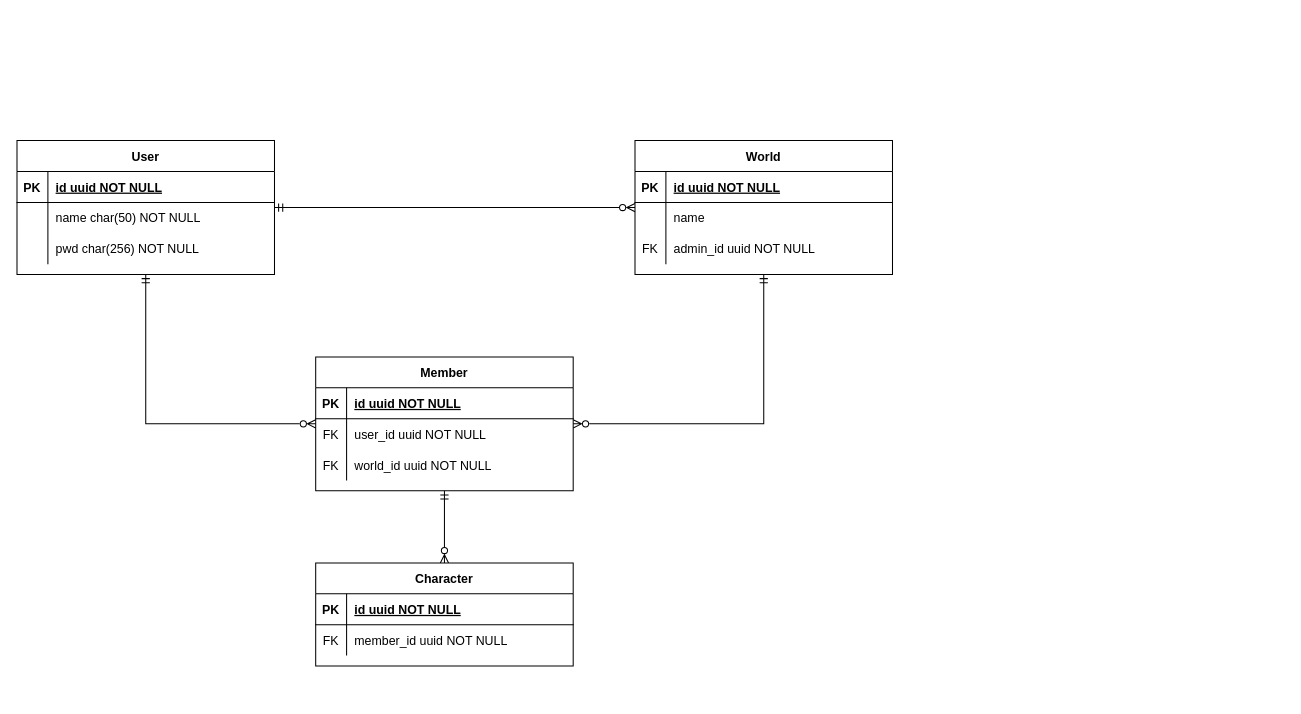
Above: Untitled Diagram.drawio in C4RN1V0R/dnd-navigator (draw.io), before the change. Source tidied: cells renumbered, new cells numbered last; positions are measured from the earlier drawing's top-left corner, leaving out a move shared by most shapes. Both pictures are drawn from the tidied source at 103%, with x=0, y=0 at pixel (16, 140).
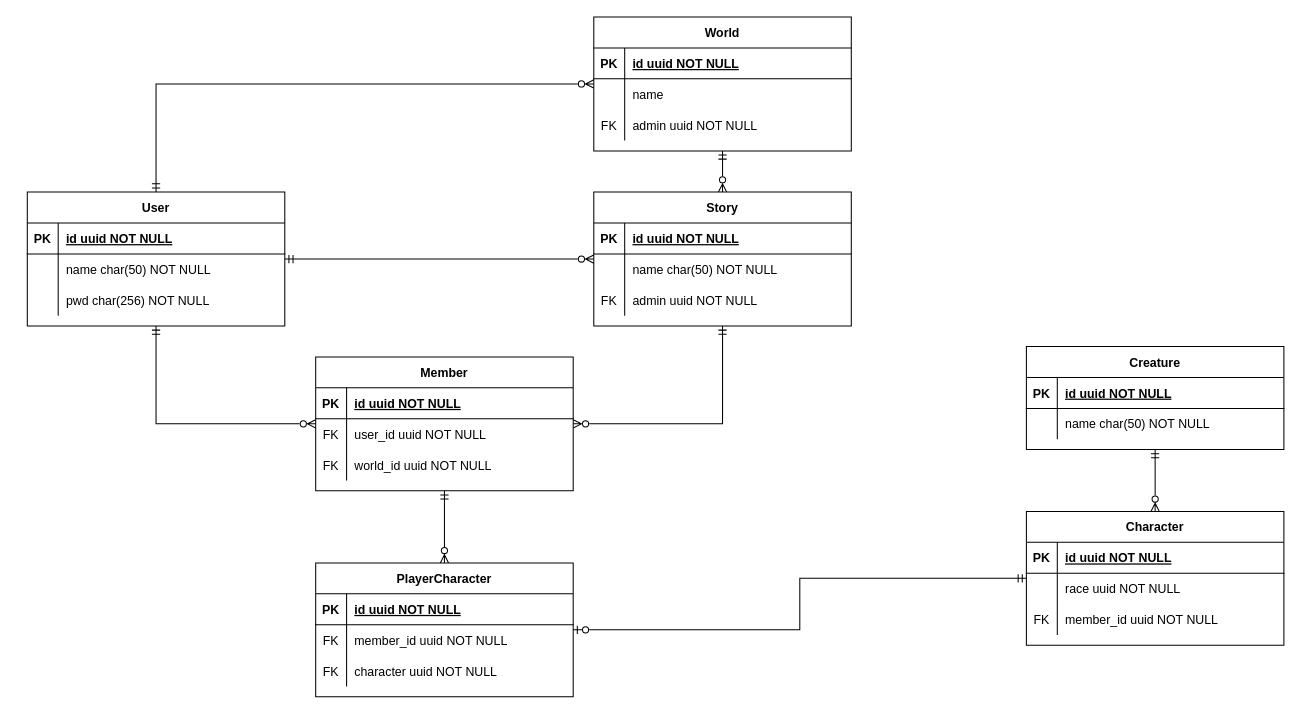
Above is the later version.

Unchanged cells that the change refers to:
```xml
<mxCell id="27" style="shape=tableRow;horizontal=0;startSize=0;swimlaneHead=0;swimlaneBody=0;fillColor=none;top=0;left=0;right=0;bottom=0;" parent="20" vertex="1">
  <mxGeometry y="90" width="250" height="30" as="geometry" />
</mxCell>
<mxCell id="32" value="Member" style="shape=table;startSize=30;childLayout=tableLayout;rowLines=0;fontStyle=1;align=center;" parent="1" vertex="1">
  <mxGeometry x="290" y="210" width="250" height="130" as="geometry" />
</mxCell>
```

Diff of the diagram source:
```diff
@@
     <mxCell id="2" value="User" style="shape=table;startSize=30;childLayout=tableLayout;rowLines=0;fontStyle=1;align=center;" parent="1" vertex="1">
-      <mxGeometry width="250" height="130" as="geometry" />
+      <mxGeometry x="10" y="50" width="250" height="130" as="geometry" />
     </mxCell>
@@
+    <mxCell id="43" style="edgeStyle=orthogonalEdgeStyle;rounded=0;jettySize=auto;html=1;startArrow=ERzeroToOne;startFill=0;endArrow=ERmandOne;endFill=0;" parent="1" edge="1" source="13" target="67">
+      <mxGeometry relative="1" as="geometry" />
+    </mxCell>
-    <mxCell id="13" value="Character" style="shape=table;startSize=30;childLayout=tableLayout;rowLines=0;fontStyle=1;align=center;" parent="1" vertex="1">
-      <mxGeometry x="290" y="410" width="250" height="100" as="geometry" />
+    <mxCell id="13" value="PlayerCharacter" style="shape=table;startSize=30;childLayout=tableLayout;rowLines=0;fontStyle=1;align=center;" parent="1" vertex="1">
+      <mxGeometry x="290" y="410" width="250" height="130" as="geometry" />
     </mxCell>
@@
+    <mxCell id="44" style="shape=tableRow;horizontal=0;startSize=0;swimlaneHead=0;swimlaneBody=0;fillColor=none;top=0;left=0;right=0;bottom=0;" parent="13" vertex="1">
+      <mxGeometry y="90" width="250" height="30" as="geometry" />
+    </mxCell>
+    <mxCell id="45" value="FK" style="shape=partialRectangle;fillColor=none;top=0;left=0;bottom=0;right=0;fontStyle=0;overflow=hidden;" parent="44" vertex="1">
+      <mxGeometry width="30" height="30" as="geometry" />
+    </mxCell>
+    <mxCell id="46" value="character uuid NOT NULL" style="shape=partialRectangle;fillColor=none;top=0;left=0;bottom=0;right=0;align=left;spacingLeft=6;fontStyle=0;overflow=hidden;" parent="44" vertex="1">
+      <mxGeometry x="30" width="220" height="30" as="geometry" />
+    </mxCell>
     <mxCell id="20" value="World" style="shape=table;startSize=30;childLayout=tableLayout;rowLines=0;fontStyle=1;align=center;" parent="1" vertex="1">
-      <mxGeometry x="600" width="250" height="130" as="geometry" />
+      <mxGeometry x="560" y="-120" width="250" height="130" as="geometry" />
     </mxCell>
@@
-    <mxCell id="29" value="admin_id uuid NOT NULL" style="shape=partialRectangle;fillColor=none;top=0;left=0;bottom=0;right=0;align=left;spacingLeft=6;fontStyle=0;overflow=hidden;" parent="27" vertex="1">
+    <mxCell id="29" value="admin uuid NOT NULL" style="shape=partialRectangle;fillColor=none;top=0;left=0;bottom=0;right=0;align=left;spacingLeft=6;fontStyle=0;overflow=hidden;" parent="27" vertex="1">
       <mxGeometry x="30" width="220" height="30" as="geometry" />
     </mxCell>
-    <mxCell id="30" style="edgeStyle=orthogonalEdgeStyle;rounded=0;jettySize=auto;html=1;startArrow=ERzeroToMany;startFill=0;endArrow=ERmandOne;endFill=0;" parent="1" edge="1" source="32" target="20">
+    <mxCell id="30" style="edgeStyle=orthogonalEdgeStyle;rounded=0;jettySize=auto;html=1;startArrow=ERzeroToMany;startFill=0;endArrow=ERmandOne;endFill=0;" parent="1" edge="1" source="32" target="49">
       <mxGeometry relative="1" as="geometry" />
     </mxCell>
@@
+    <mxCell id="47" style="edgeStyle=orthogonalEdgeStyle;rounded=0;jettySize=auto;html=1;startArrow=ERzeroToMany;startFill=0;endArrow=ERmandOne;endFill=0;" parent="1" edge="1" source="49" target="20">
+      <mxGeometry relative="1" as="geometry" />
+    </mxCell>
+    <mxCell id="48" style="edgeStyle=orthogonalEdgeStyle;rounded=0;jettySize=auto;html=1;startArrow=ERzeroToMany;startFill=0;endArrow=ERmandOne;endFill=0;" parent="1" edge="1" source="49" target="2">
+      <mxGeometry relative="1" as="geometry" />
+    </mxCell>
+    <mxCell id="49" value="Story" style="shape=table;startSize=30;childLayout=tableLayout;rowLines=0;fontStyle=1;align=center;" parent="1" vertex="1">
+      <mxGeometry x="560" y="50" width="250" height="130" as="geometry" />
+    </mxCell>
+    <mxCell id="50" style="shape=partialRectangle;fillColor=none;top=0;left=0;right=0;bottom=1;" parent="49" vertex="1">
+      <mxGeometry y="30" width="250" height="30" as="geometry" />
+    </mxCell>
+    <mxCell id="51" value="PK" style="shape=partialRectangle;overflow=hidden;fillColor=none;top=0;left=0;bottom=0;right=0;fontStyle=1;" parent="50" vertex="1">
+      <mxGeometry width="30" height="30" as="geometry" />
+    </mxCell>
+    <mxCell id="52" value="id uuid NOT NULL " style="shape=partialRectangle;overflow=hidden;fillColor=none;top=0;left=0;bottom=0;right=0;align=left;spacingLeft=6;fontStyle=5;" parent="50" vertex="1">
+      <mxGeometry x="30" width="220" height="30" as="geometry" />
+    </mxCell>
+    <mxCell id="53" style="shape=partialRectangle;fillColor=none;top=0;left=0;right=0;bottom=0;" parent="49" vertex="1">
+      <mxGeometry y="60" width="250" height="30" as="geometry" />
+    </mxCell>
+    <mxCell id="54" style="shape=partialRectangle;overflow=hidden;fillColor=none;top=0;left=0;bottom=0;right=0;" parent="53" vertex="1">
+      <mxGeometry width="30" height="30" as="geometry" />
+    </mxCell>
+    <mxCell id="55" value="name char(50) NOT NULL" style="shape=partialRectangle;overflow=hidden;fillColor=none;top=0;left=0;bottom=0;right=0;align=left;spacingLeft=6;" parent="53" vertex="1">
+      <mxGeometry x="30" width="220" height="30" as="geometry" />
+    </mxCell>
+    <mxCell id="56" style="shape=tableRow;horizontal=0;startSize=0;swimlaneHead=0;swimlaneBody=0;fillColor=none;top=0;left=0;right=0;bottom=0;" parent="49" vertex="1">
+      <mxGeometry y="90" width="250" height="30" as="geometry" />
+    </mxCell>
+    <mxCell id="57" value="FK" style="shape=partialRectangle;fillColor=none;top=0;left=0;bottom=0;right=0;fontStyle=0;overflow=hidden;" parent="56" vertex="1">
+      <mxGeometry width="30" height="30" as="geometry" />
+    </mxCell>
+    <mxCell id="58" value="admin uuid NOT NULL" style="shape=partialRectangle;fillColor=none;top=0;left=0;bottom=0;right=0;align=left;spacingLeft=6;fontStyle=0;overflow=hidden;" parent="56" vertex="1">
+      <mxGeometry x="30" width="220" height="30" as="geometry" />
+    </mxCell>
+    <mxCell id="59" value="Creature" style="shape=table;startSize=30;childLayout=tableLayout;rowLines=0;fontStyle=1;align=center;" parent="1" vertex="1">
+      <mxGeometry x="980" y="200" width="250" height="100" as="geometry" />
+    </mxCell>
+    <mxCell id="60" style="shape=partialRectangle;fillColor=none;top=0;left=0;right=0;bottom=1;" parent="59" vertex="1">
+      <mxGeometry y="30" width="250" height="30" as="geometry" />
+    </mxCell>
+    <mxCell id="61" value="PK" style="shape=partialRectangle;overflow=hidden;fillColor=none;top=0;left=0;bottom=0;right=0;fontStyle=1;" parent="60" vertex="1">
+      <mxGeometry width="30" height="30" as="geometry" />
+    </mxCell>
+    <mxCell id="62" value="id uuid NOT NULL " style="shape=partialRectangle;overflow=hidden;fillColor=none;top=0;left=0;bottom=0;right=0;align=left;spacingLeft=6;fontStyle=5;" parent="60" vertex="1">
+      <mxGeometry x="30" width="220" height="30" as="geometry" />
+    </mxCell>
+    <mxCell id="63" style="shape=partialRectangle;fillColor=none;top=0;left=0;right=0;bottom=0;" parent="59" vertex="1">
+      <mxGeometry y="60" width="250" height="30" as="geometry" />
+    </mxCell>
+    <mxCell id="64" style="shape=partialRectangle;overflow=hidden;fillColor=none;top=0;left=0;bottom=0;right=0;" parent="63" vertex="1">
+      <mxGeometry width="30" height="30" as="geometry" />
+    </mxCell>
+    <mxCell id="65" value="name char(50) NOT NULL" style="shape=partialRectangle;overflow=hidden;fillColor=none;top=0;left=0;bottom=0;right=0;align=left;spacingLeft=6;" parent="63" vertex="1">
+      <mxGeometry x="30" width="220" height="30" as="geometry" />
+    </mxCell>
+    <mxCell id="66" style="edgeStyle=orthogonalEdgeStyle;rounded=0;jettySize=auto;html=1;startArrow=ERzeroToMany;startFill=0;endArrow=ERmandOne;endFill=0;" parent="1" edge="1" source="67" target="59">
+      <mxGeometry relative="1" as="geometry" />
+    </mxCell>
+    <mxCell id="67" value="Character" style="shape=table;startSize=30;childLayout=tableLayout;rowLines=0;fontStyle=1;align=center;" parent="1" vertex="1">
+      <mxGeometry x="980" y="360" width="250" height="130" as="geometry" />
+    </mxCell>
+    <mxCell id="68" style="shape=partialRectangle;fillColor=none;top=0;left=0;right=0;bottom=1;" parent="67" vertex="1">
+      <mxGeometry y="30" width="250" height="30" as="geometry" />
+    </mxCell>
+    <mxCell id="69" value="PK" style="shape=partialRectangle;overflow=hidden;fillColor=none;top=0;left=0;bottom=0;right=0;fontStyle=1;" parent="68" vertex="1">
+      <mxGeometry width="30" height="30" as="geometry" />
+    </mxCell>
+    <mxCell id="70" value="id uuid NOT NULL " style="shape=partialRectangle;overflow=hidden;fillColor=none;top=0;left=0;bottom=0;right=0;align=left;spacingLeft=6;fontStyle=5;" parent="68" vertex="1">
+      <mxGeometry x="30" width="220" height="30" as="geometry" />
+    </mxCell>
+    <mxCell id="71" style="shape=tableRow;horizontal=0;startSize=0;swimlaneHead=0;swimlaneBody=0;fillColor=none;top=0;left=0;right=0;bottom=0;" parent="67" vertex="1">
+      <mxGeometry y="60" width="250" height="30" as="geometry" />
+    </mxCell>
+    <mxCell id="72" style="shape=partialRectangle;fillColor=none;top=0;left=0;bottom=0;right=0;fontStyle=0;overflow=hidden;" parent="71" vertex="1">
+      <mxGeometry width="30" height="30" as="geometry" />
+    </mxCell>
+    <mxCell id="73" value="race uuid NOT NULL" style="shape=partialRectangle;fillColor=none;top=0;left=0;bottom=0;right=0;align=left;spacingLeft=6;fontStyle=0;overflow=hidden;" parent="71" vertex="1">
+      <mxGeometry x="30" width="220" height="30" as="geometry" />
+    </mxCell>
+    <mxCell id="74" style="shape=partialRectangle;fillColor=none;top=0;left=0;right=0;bottom=0;" parent="67" vertex="1">
+      <mxGeometry y="90" width="250" height="30" as="geometry" />
+    </mxCell>
+    <mxCell id="75" value="FK" style="shape=partialRectangle;overflow=hidden;fillColor=none;top=0;left=0;bottom=0;right=0;" parent="74" vertex="1">
+      <mxGeometry width="30" height="30" as="geometry" />
+    </mxCell>
+    <mxCell id="76" value="member_id uuid NOT NULL" style="shape=partialRectangle;overflow=hidden;fillColor=none;top=0;left=0;bottom=0;right=0;align=left;spacingLeft=6;" parent="74" vertex="1">
+      <mxGeometry x="30" width="220" height="30" as="geometry" />
+    </mxCell>
```
